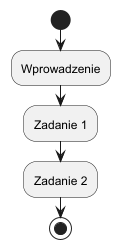
The PlantUML diagram diagramy/badanie.png in puradawid/master-thesis, before a commit.
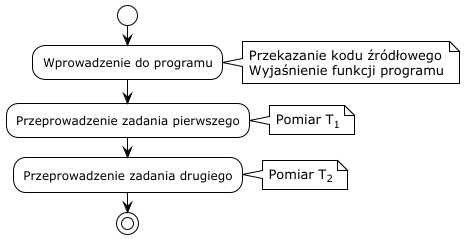
Later version of the same file.

What changed in the source:
```diff
@@ -1,7 +1,14 @@
 @startuml
+!theme plain
 start
-:Wprowadzenie;
-:Zadanie 1;
-:Zadanie 2;
+:Wprowadzenie do programu;
+note right
+    Przekazanie kodu źródłowego
+    Wyjaśnienie funkcji programu
+end note
+:Przeprowadzenie zadania pierwszego;
+note right: Pomiar T<sub>1</sub>
+:Przeprowadzenie zadania drugiego;
+note right: Pomiar T<sub>2</sub>
 stop
 @enduml
```
